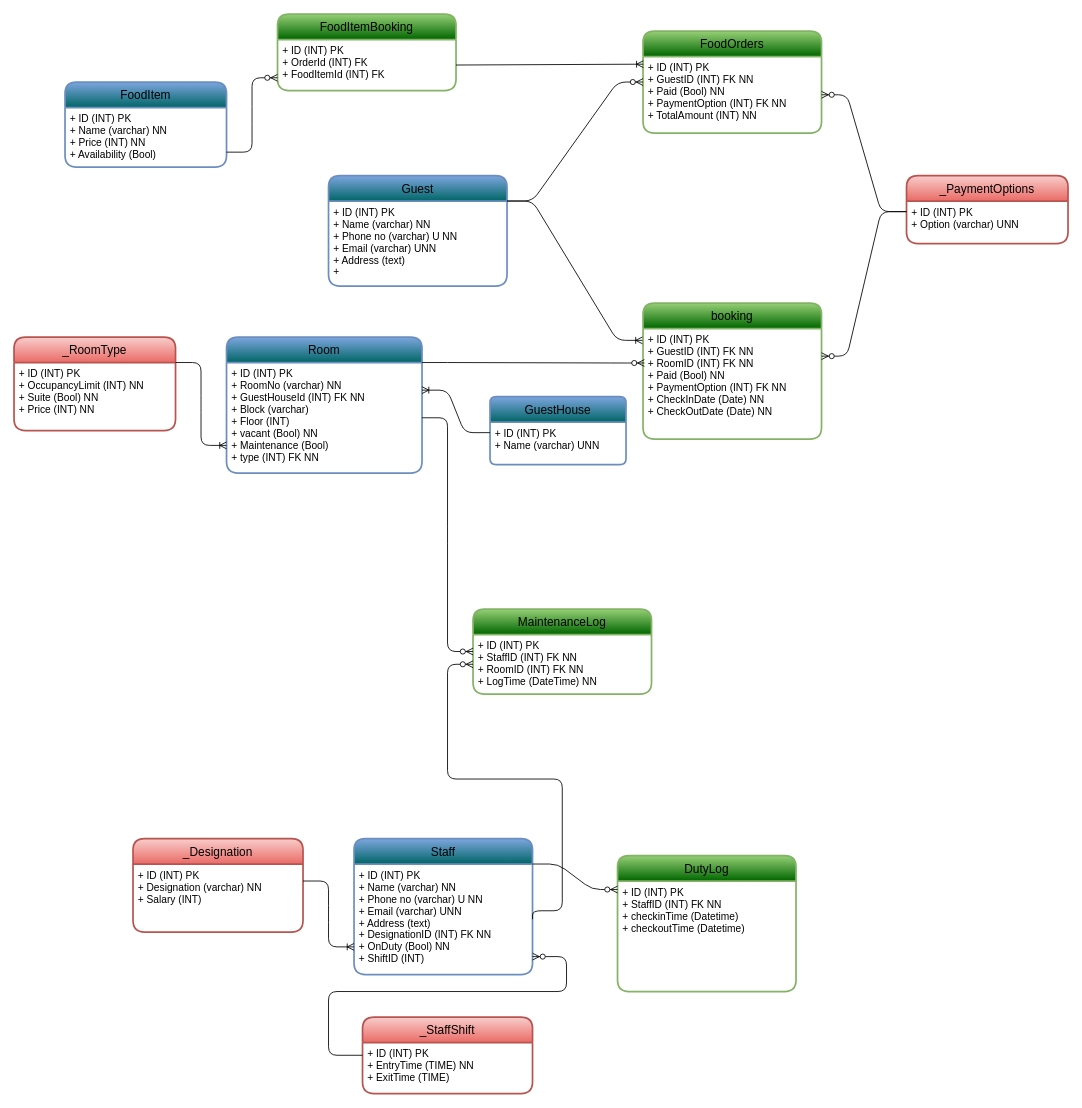
Before: page "GuestHouse Amenities" (1 of 2) of flowchat.drawio in RupakBiswas-2304/dbmsminiproject, a draw.io diagram. Source tidied: cells renumbered, new cells numbered last; positions are measured from the earlier drawing's top-left corner, leaving out a move shared by most shapes. Both pictures are drawn from the tidied source at 85%, with x=0, y=0 at pixel (14, 14).
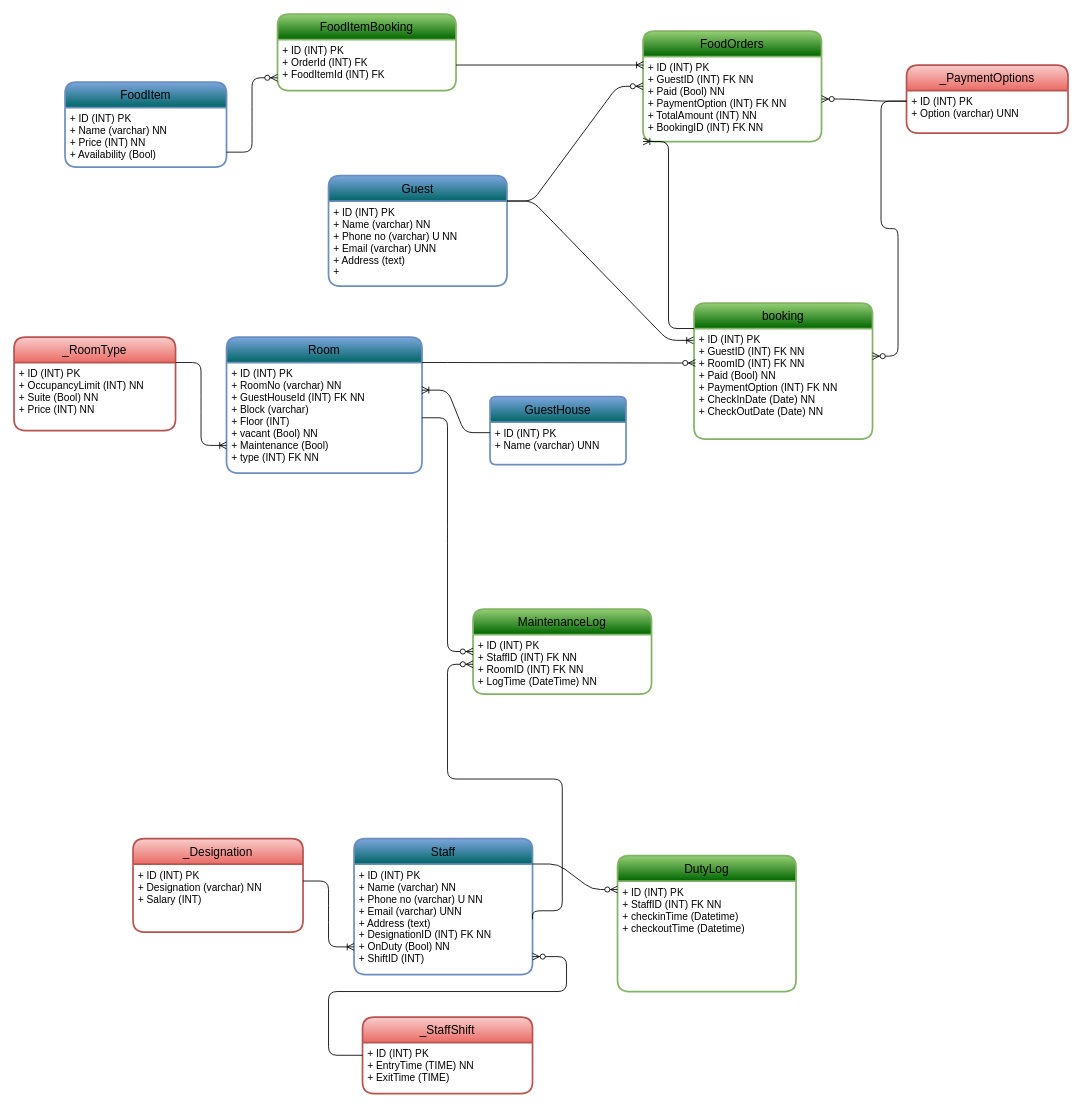
The same page after the edit.

The change refers to these unchanged cells:
```xml
<mxCell id="9" value="+ ID (INT) PK&#10;+ GuestID (INT) FK NN&#10;+ RoomID (INT) FK NN&#10;+ Paid (Bool) NN&#10;+ PaymentOption (INT) FK NN&#10;+ CheckInDate (Date) NN&#10;+ CheckOutDate (Date) NN" style="align=left;strokeColor=none;fillColor=none;spacingLeft=4;fontSize=12;verticalAlign=top;fontFamily=JetBrains Mono;" parent="8" vertex="1">
  <mxGeometry y="30" width="210" height="130" as="geometry" />
</mxCell>
```

Diff of the diagram source:
```diff
@@
     <mxCell id="8" value="booking" style="swimlane;horizontal=1;startSize=30;rounded=1;fontSize=14;fontStyle=0;strokeWidth=2;shadow=0;dashed=0;align=center;fontFamily=JetBrains Mono;fillColor=#006600;strokeColor=#82b366;gradientColor=#97d077;gradientDirection=north;" parent="1" vertex="1">
-      <mxGeometry x="740" y="340" width="210" height="160" as="geometry" />
+      <mxGeometry x="800" y="340" width="210" height="160" as="geometry" />
     </mxCell>
@@
     <mxCell id="18" value="FoodOrders" style="swimlane;horizontal=1;startSize=30;rounded=1;fontSize=14;fontStyle=0;strokeWidth=2;shadow=0;dashed=0;align=center;fontFamily=JetBrains Mono;fillColor=#006600;strokeColor=#82b366;gradientColor=#97d077;gradientDirection=north;" parent="1" vertex="1">
-      <mxGeometry x="740" y="20" width="210" height="120" as="geometry" />
+      <mxGeometry x="740" y="20" width="210" height="130" as="geometry" />
     </mxCell>
-    <mxCell id="19" value="+ ID (INT) PK&#10;+ GuestID (INT) FK NN&#10;+ Paid (Bool) NN&#10;+ PaymentOption (INT) FK NN&#10;+ TotalAmount (INT) NN" style="align=left;strokeColor=none;fillColor=none;spacingLeft=4;fontSize=12;verticalAlign=top;fontFamily=JetBrains Mono;" parent="18" vertex="1">
-      <mxGeometry y="30" width="210" height="90" as="geometry" />
+    <mxCell id="19" value="+ ID (INT) PK&#10;+ GuestID (INT) FK NN&#10;+ Paid (Bool) NN&#10;+ PaymentOption (INT) FK NN&#10;+ TotalAmount (INT) NN&#10;+ BookingID (INT) FK NN" style="align=left;strokeColor=none;fillColor=none;spacingLeft=4;fontSize=12;verticalAlign=top;fontFamily=JetBrains Mono;" parent="18" vertex="1">
+      <mxGeometry y="30" width="210" height="100" as="geometry" />
     </mxCell>
@@
     <mxCell id="33" value="_PaymentOptions" style="swimlane;horizontal=1;startSize=30;rounded=1;fontSize=14;fontStyle=0;strokeWidth=2;shadow=0;dashed=0;align=center;fontFamily=JetBrains Mono;fillColor=#f8cecc;strokeColor=#b85450;gradientColor=#ea6b66;" parent="1" vertex="1">
-      <mxGeometry x="1050" y="190" width="190" height="80" as="geometry" />
+      <mxGeometry x="1050" y="60" width="190" height="80" as="geometry" />
     </mxCell>
@@
+    <mxCell id="44" style="edgeStyle=entityRelationEdgeStyle;fontSize=12;html=1;endArrow=ERoneToMany;entryX=0;entryY=1;entryDx=0;entryDy=0;exitX=0;exitY=0;exitDx=0;exitDy=0;" parent="1" edge="1" source="9" target="19">
+      <mxGeometry relative="1" as="geometry" />
+    </mxCell>
```
